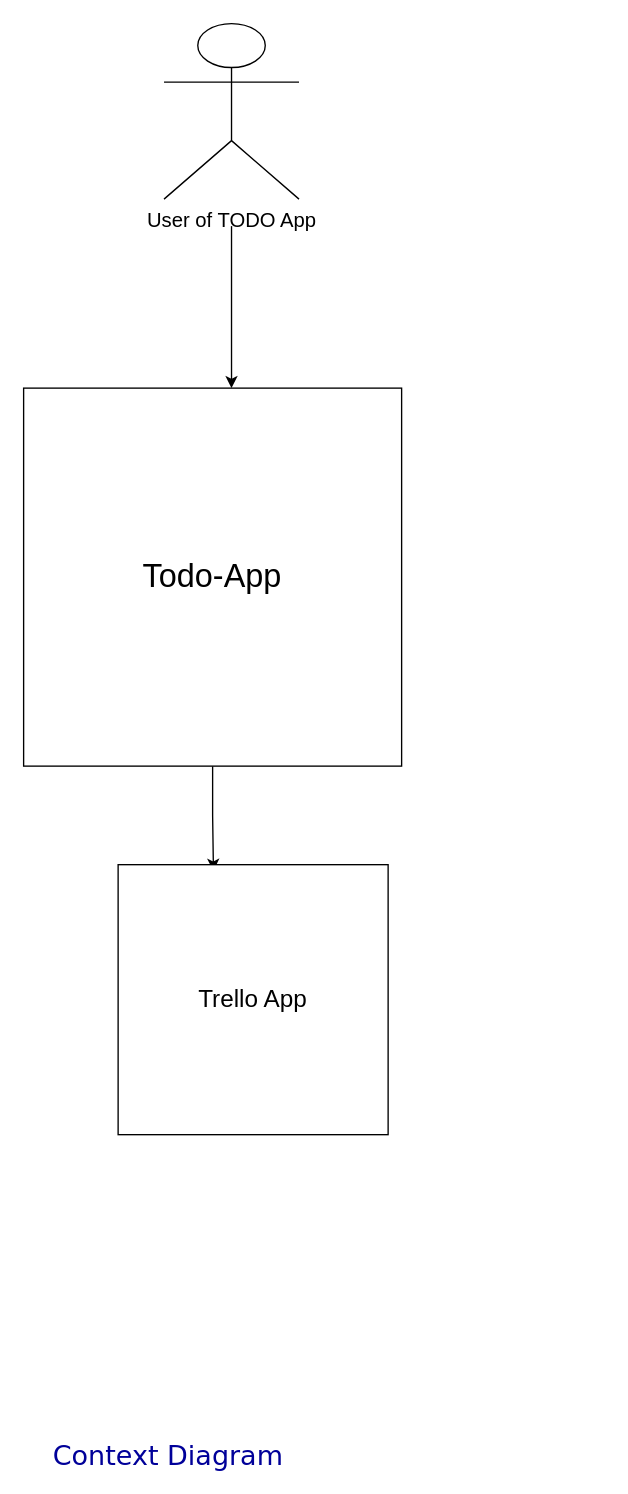
avdhut1977/DevOps-Course-Starter keeps this draw.io diagram as todo_app/diagrams/context_diagram.drawio. Above is the earlier version. Source tidied: cells renumbered, new cells numbered last; positions are measured from the earlier drawing's top-left corner, leaving out a move shared by most shapes. Both pictures are drawn from the tidied source at 135%, with x=0, y=0 at pixel (23, 23).
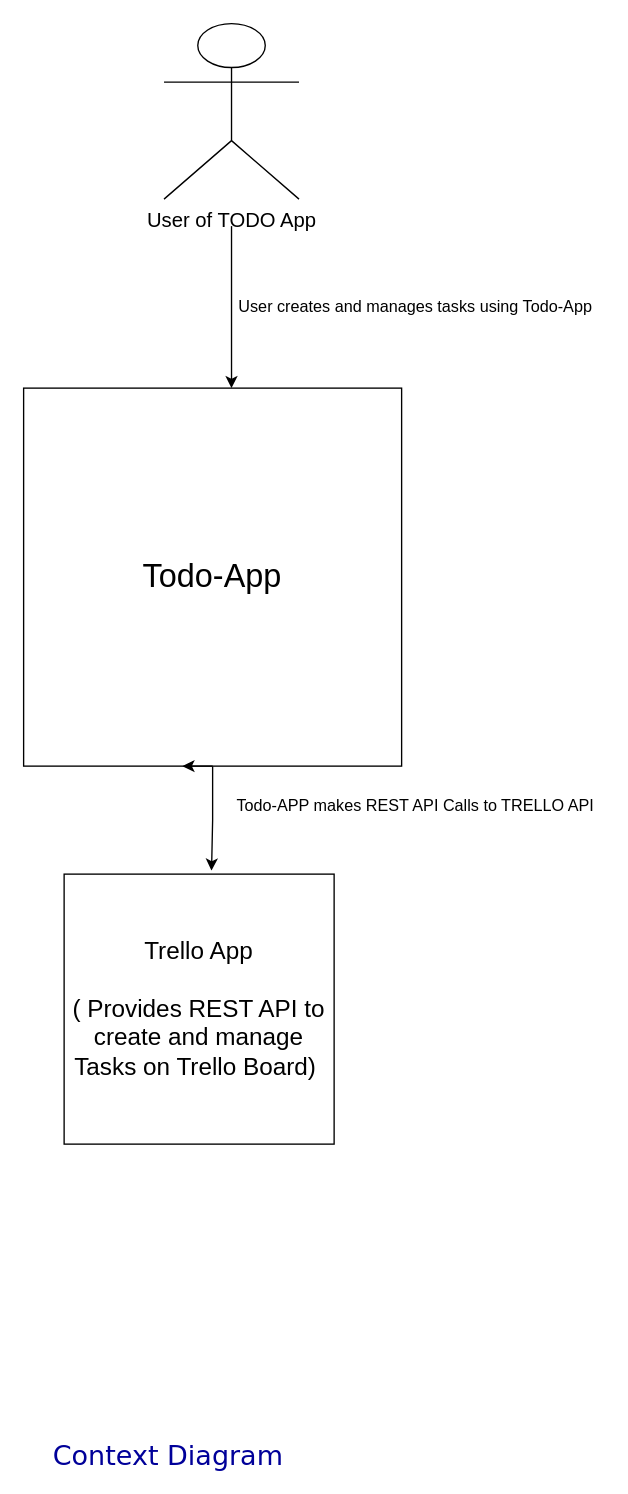
After the change.

What changed in the source:
```diff
@@
 <mxGraphModel>
   <root>
     <mxCell id="0" />
     <mxCell id="1" parent="0" />
     <mxCell id="2" style="edgeStyle=orthogonalEdgeStyle;rounded=0;orthogonalLoop=1;jettySize=auto;html=1;" parent="1" edge="1">
       <mxGeometry relative="1" as="geometry">
         <mxPoint x="154" y="150" as="sourcePoint" />
         <mxPoint x="154" y="270" as="targetPoint" />
       </mxGeometry>
     </mxCell>
     <mxCell id="3" value="&lt;font style=&quot;font-size: 15px&quot;&gt;User of TODO App&lt;/font&gt;" style="shape=umlActor;verticalLabelPosition=bottom;verticalAlign=top;html=1;" parent="1" vertex="1">
       <mxGeometry x="104" width="100" height="130" as="geometry" />
     </mxCell>
-    <mxCell id="4" style="edgeStyle=orthogonalEdgeStyle;rounded=0;jettySize=auto;html=1;entryX=0.353;entryY=0.023;entryDx=0;entryDy=0;entryPerimeter=0;" parent="1" edge="1" source="5" target="6">
+    <mxCell id="4" style="edgeStyle=orthogonalEdgeStyle;rounded=0;jettySize=auto;html=1;entryX=0.546;entryY=-0.013;entryDx=0;entryDy=0;entryPerimeter=0;" parent="1" edge="1" source="5" target="6">
       <mxGeometry relative="1" as="geometry" />
     </mxCell>
     <mxCell id="5" value="&lt;font style=&quot;font-size: 24px&quot;&gt;Todo-App&lt;/font&gt;" style="whiteSpace=wrap;html=1;" parent="1" vertex="1">
       <mxGeometry y="270" width="280" height="280" as="geometry" />
     </mxCell>
-    <mxCell id="6" value="&lt;font style=&quot;font-size: 18px&quot;&gt;Trello App&lt;/font&gt;" style="whiteSpace=wrap;html=1;" parent="1" vertex="1">
-      <mxGeometry x="70" y="623" width="200" height="200" as="geometry" />
+    <mxCell id="6" value="&lt;font style=&quot;font-size: 18px&quot;&gt;Trello App&lt;br&gt;&lt;br&gt;( Provides REST API to create and manage Tasks on Trello Board)&amp;nbsp;&lt;br&gt;&lt;/font&gt;" style="whiteSpace=wrap;html=1;" parent="1" vertex="1">
+      <mxGeometry x="30" y="630" width="200" height="200" as="geometry" />
     </mxCell>
     <mxCell id="7" value="&lt;font style=&quot;font-size: 20px&quot; face=&quot;Verdana&quot; color=&quot;#000099&quot;&gt;Context Diagram&amp;nbsp;&lt;/font&gt;" style="text;html=1;align=center;verticalAlign=middle;" parent="1" vertex="1">
       <mxGeometry x="15" y="1050" width="190" height="20" as="geometry" />
     </mxCell>
+    <mxCell id="8" style="edgeStyle=orthogonalEdgeStyle;rounded=0;orthogonalLoop=1;jettySize=auto;html=1;exitX=0.5;exitY=1;exitDx=0;exitDy=0;entryX=0.42;entryY=1.002;entryDx=0;entryDy=0;entryPerimeter=0;" parent="1" edge="1" source="5" target="5">
+      <mxGeometry relative="1" as="geometry" />
+    </mxCell>
+    <mxCell id="9" value="Todo-APP makes REST API Calls to TRELLO API" style="text;html=1;align=center;verticalAlign=middle;strokeColor=none;" parent="1" vertex="1">
+      <mxGeometry x="150" y="570" width="280" height="20" as="geometry" />
+    </mxCell>
+    <mxCell id="10" value="User creates and manages tasks using Todo-App" style="text;html=1;align=center;verticalAlign=middle;strokeColor=none;" parent="1" vertex="1">
+      <mxGeometry x="150" y="200" width="280" height="20" as="geometry" />
+    </mxCell>
   </root>
 </mxGraphModel>
```
